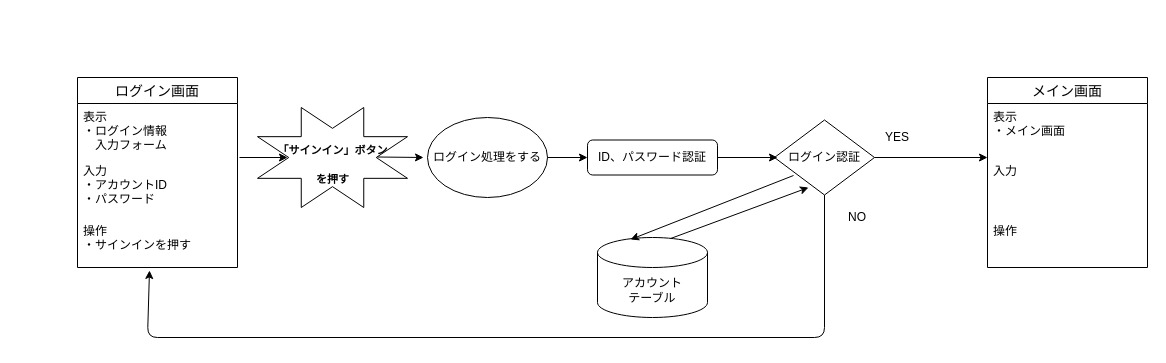
This is ログイン画面.drawio from Ryusei44237/sotuken, a draw.io file, before an edit. Source tidied: cells renumbered, new cells numbered last; positions are measured from the earlier drawing's top-left corner, leaving out a move shared by most shapes. Both pictures are drawn from the tidied source at 100%, with x=0, y=0 at pixel (77, 77).
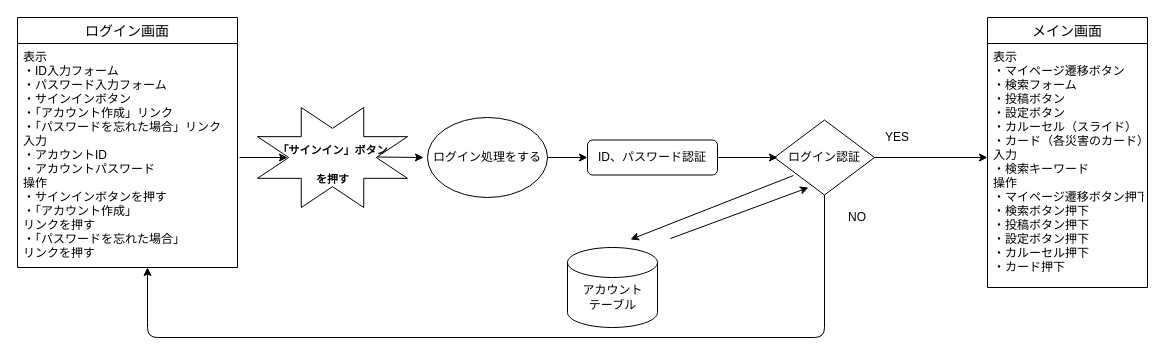
Above is the later version.

The change refers to these unchanged cells:
```xml
<mxCell id="15" value="ログイン認証" style="rhombus;whiteSpace=wrap;html=1;" parent="1" vertex="1">
  <mxGeometry x="697" y="42.5" width="100" height="75" as="geometry" />
</mxCell>
```

Change to the diagram source:
```diff
@@
-    <mxCell id="8" value="アカウント&lt;br&gt;テーブル" style="shape=cylinder3;whiteSpace=wrap;html=1;boundedLbl=1;backgroundOutline=1;size=15;" parent="1" vertex="1">
-      <mxGeometry x="520" y="160" width="110" height="80" as="geometry" />
-    </mxCell>
-    <mxCell id="9" value="ログイン画面" style="swimlane;fontStyle=0;horizontal=1;startSize=26;align=center;fontSize=14;strokeColor=#000000;strokeWidth=1;" parent="1" vertex="1">
-      <mxGeometry width="160" height="190" as="geometry" />
-    </mxCell>
-    <mxCell id="10" value="表示&#10;・ログイン情報&#10;　入力フォーム" style="text;strokeColor=none;fillColor=none;spacingLeft=4;spacingRight=4;overflow=hidden;fontSize=12;" parent="9" vertex="1">
-      <mxGeometry y="26" width="160" height="54" as="geometry" />
-    </mxCell>
-    <mxCell id="11" value="入力&#10;・アカウントID&#10;・パスワード&#10;" style="text;strokeColor=none;fillColor=none;spacingLeft=4;spacingRight=4;overflow=hidden;fontSize=12;" parent="9" vertex="1">
-      <mxGeometry y="80" width="160" height="60" as="geometry" />
-    </mxCell>
-    <mxCell id="12" value="操作&#10;・サインインを押す&#10;" style="text;strokeColor=none;fillColor=none;spacingLeft=4;spacingRight=4;overflow=hidden;points=[[0,0.5],[1,0.5]];portConstraint=eastwest;fontSize=12;" parent="9" vertex="1">
-      <mxGeometry y="140" width="160" height="50" as="geometry" />
-    </mxCell>
@@
-    <mxCell id="19" style="endArrow=classic;html=1;exitX=0.5;exitY=1;exitDx=0;exitDy=0;entryX=0.45;entryY=1.06;entryDx=0;entryDy=0;entryPerimeter=0;" parent="1" edge="1" source="15" target="12">
+    <mxCell id="19" style="endArrow=classic;html=1;exitX=0.5;exitY=1;exitDx=0;exitDy=0;" parent="1" edge="1" source="15">
       <mxGeometry relative="1" as="geometry">
+        <mxPoint x="70" y="190" as="targetPoint" />
         <Array as="points">
           <mxPoint x="747" y="260" />
           <mxPoint x="70" y="260" />
         </Array>
       </mxGeometry>
     </mxCell>
@@
-    <mxCell id="21" value="メイン画面" style="swimlane;fontStyle=0;horizontal=1;startSize=26;align=center;fontSize=14;strokeColor=#000000;strokeWidth=1;" parent="1" vertex="1">
-      <mxGeometry x="910" width="160" height="190" as="geometry" />
-    </mxCell>
-    <mxCell id="22" value="表示&#10;・メイン画面&#10;　" style="text;strokeColor=none;fillColor=none;spacingLeft=4;spacingRight=4;overflow=hidden;fontSize=12;" parent="21" vertex="1">
-      <mxGeometry y="26" width="160" height="54" as="geometry" />
-    </mxCell>
-    <mxCell id="23" value="入力" style="text;strokeColor=none;fillColor=none;spacingLeft=4;spacingRight=4;overflow=hidden;fontSize=12;" parent="21" vertex="1">
-      <mxGeometry y="80" width="160" height="60" as="geometry" />
-    </mxCell>
-    <mxCell id="24" value="操作&#10;&#10;" style="text;strokeColor=none;fillColor=none;spacingLeft=4;spacingRight=4;overflow=hidden;fontSize=12;" parent="21" vertex="1">
-      <mxGeometry y="140" width="160" height="50" as="geometry" />
-    </mxCell>
-    <mxCell id="25" style="endArrow=classic;html=1;exitX=0.19;exitY=0.74;exitDx=0;exitDy=0;exitPerimeter=0;entryX=0.3;entryY=0.025;entryDx=0;entryDy=0;entryPerimeter=0;" parent="1" edge="1" source="15" target="8">
-      <mxGeometry relative="1" as="geometry" />
+    <mxCell id="25" style="endArrow=classic;html=1;exitX=0.19;exitY=0.74;exitDx=0;exitDy=0;exitPerimeter=0;entryX=0.3;entryY=0.025;entryDx=0;entryDy=0;entryPerimeter=0;" parent="1" edge="1" source="15">
+      <mxGeometry relative="1" as="geometry">
+        <mxPoint x="553" y="162" as="targetPoint" />
+      </mxGeometry>
     </mxCell>
-    <mxCell id="26" style="endArrow=classic;html=1;entryX=0.34;entryY=0.9;entryDx=0;entryDy=0;entryPerimeter=0;exitX=0.664;exitY=0.013;exitDx=0;exitDy=0;exitPerimeter=0;" parent="1" edge="1" source="8" target="15">
-      <mxGeometry relative="1" as="geometry" />
+    <mxCell id="26" style="endArrow=classic;html=1;entryX=0.34;entryY=0.9;entryDx=0;entryDy=0;entryPerimeter=0;exitX=0.664;exitY=0.013;exitDx=0;exitDy=0;exitPerimeter=0;" parent="1" edge="1" target="15">
+      <mxGeometry relative="1" as="geometry">
+        <mxPoint x="593" y="161" as="sourcePoint" />
+      </mxGeometry>
     </mxCell>
+    <mxCell id="9" value="ログイン画面" style="swimlane;fontStyle=0;horizontal=1;startSize=26;align=center;fontSize=14;" parent="1" vertex="1">
+      <mxGeometry x="-60" y="-60" width="220" height="250" as="geometry" />
+    </mxCell>
+    <mxCell id="27" value="表示&#10;・ID入力フォーム&#10;・パスワード入力フォーム&#10;・サインインボタン&#10;・「アカウント作成」リンク&#10;・「パスワードを忘れた場合」リンク&#10;入力&#10;・アカウントID&#10;・アカウントパスワード&#10;操作&#10;・サインインボタンを押す&#10;・「アカウント作成」&#10;リンクを押す&#10;・「パスワードを忘れた場合」&#10;リンクを押す" style="text;strokeColor=none;fillColor=none;spacingLeft=4;spacingRight=4;overflow=hidden;fontSize=12;" parent="9" vertex="1">
+      <mxGeometry y="26" width="220" height="224" as="geometry" />
+    </mxCell>
+    <mxCell id="21" value="メイン画面" style="swimlane;fontStyle=0;horizontal=1;startSize=26;align=center;fontSize=14;" parent="1" vertex="1">
+      <mxGeometry x="910" y="-60" width="160" height="270" as="geometry" />
+    </mxCell>
+    <mxCell id="28" value="表示&#10;・マイページ遷移ボタン&#10;・検索フォーム&#10;・投稿ボタン&#10;・設定ボタン&#10;・カルーセル（スライド）&#10;・カード（各災害のカード）&#10;入力&#10;・検索キーワード&#10;操作&#10;・マイページ遷移ボタン押下&#10;・検索ボタン押下&#10;・投稿ボタン押下&#10;・設定ボタン押下&#10;・カルーセル押下&#10;・カード押下" style="text;strokeColor=none;fillColor=none;spacingLeft=4;spacingRight=4;overflow=hidden;fontSize=12;" parent="21" vertex="1">
+      <mxGeometry y="26" width="160" height="244" as="geometry" />
+    </mxCell>
+    <mxCell id="29" style="shape=cylinder2;whiteSpace=wrap;html=1;boundedLbl=1;backgroundOutline=1;size=15;" parent="1" vertex="1">
+      <mxGeometry x="490" y="170" width="90" height="80" as="geometry" />
+    </mxCell>
+    <mxCell id="30" value="アカウントテーブル" style="text;html=1;strokeColor=none;fillColor=none;align=center;verticalAlign=middle;whiteSpace=wrap;rounded=0;" parent="1" vertex="1">
+      <mxGeometry x="502.5" y="210" width="65" height="20" as="geometry" />
+    </mxCell>
```
